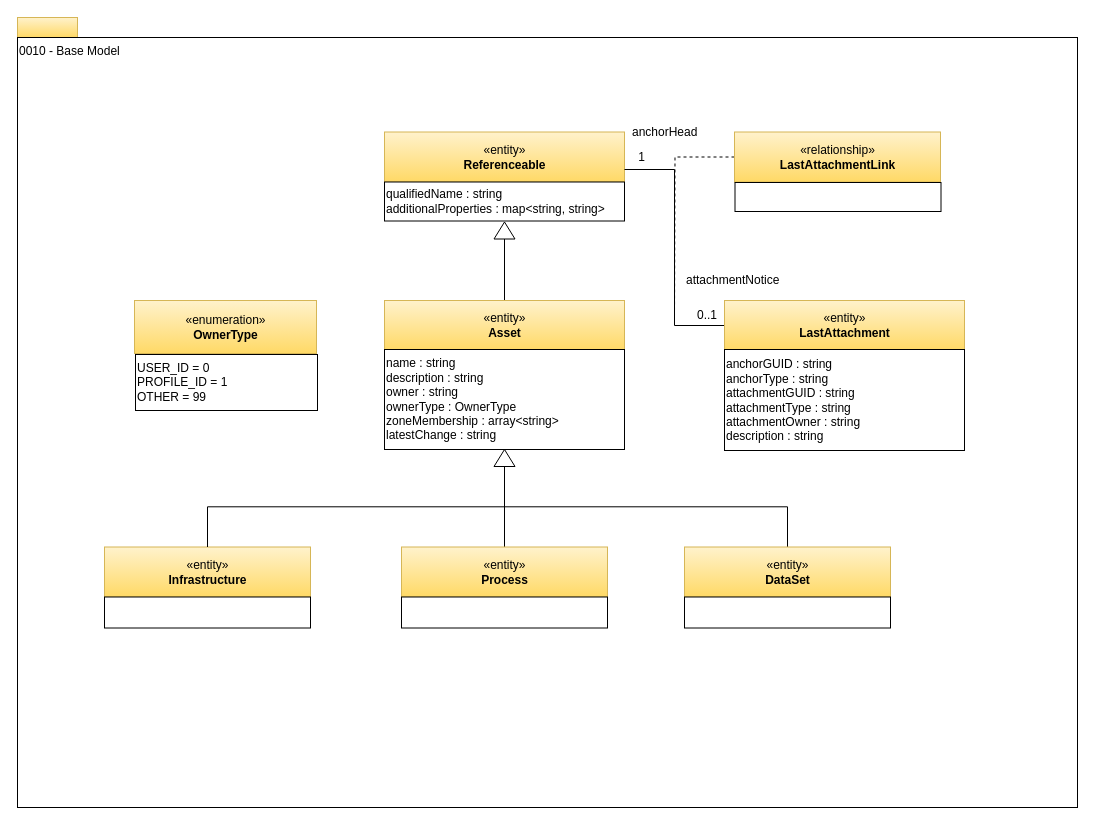
The draw.io diagram page "0010-Base-Model" (2 of 16) of open-metadata-publication/website/open-metadata-types/area-0-basic-types-and-infrastructure.drawio in planetf1/egeria, before the edit. Source tidied: cells renumbered, new cells numbered last; positions are measured from the earlier drawing's top-left corner, leaving out a move shared by most shapes. Both pictures are drawn from the tidied source at 100%, with x=0, y=0 at pixel (17, 17).
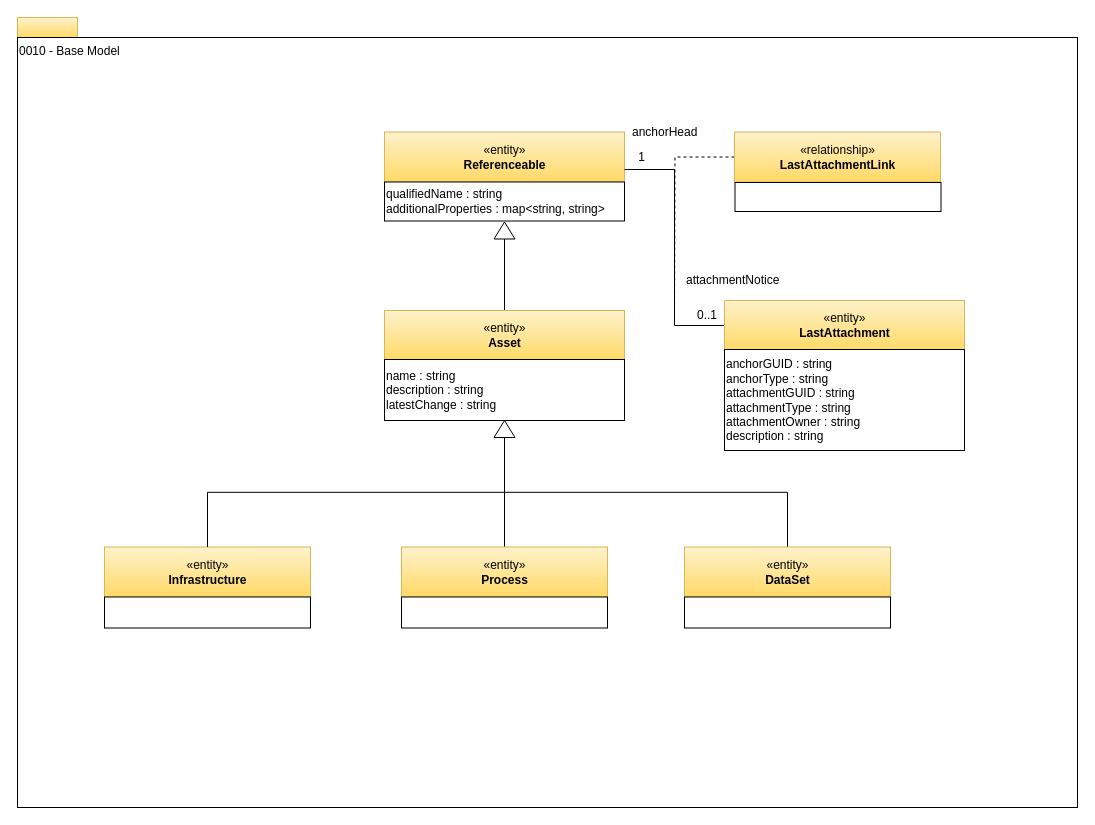
Above is the later version.

Change to the diagram source:
```diff
@@
     <mxCell id="11" value="«entity»&lt;br&gt;&lt;b&gt;Asset&lt;/b&gt;" style="html=1;strokeColor=#d6b656;align=center;fillColor=#fff2cc;gradientColor=#ffd966;" parent="1" vertex="1">
-      <mxGeometry x="367" y="283" width="240" height="50" as="geometry" />
+      <mxGeometry x="367" y="293" width="240" height="50" as="geometry" />
     </mxCell>
@@
     <mxCell id="15" style="triangle;whiteSpace=wrap;html=1;strokeColor=#000000;gradientColor=#ffffff;align=center;rotation=-90;" parent="1" vertex="1">
-      <mxGeometry x="478.5" y="430" width="17" height="21" as="geometry" />
+      <mxGeometry x="478.5" y="401" width="17" height="21" as="geometry" />
     </mxCell>
-    <mxCell id="16" value="name : string&lt;br&gt;description : string&lt;br&gt;owner : string&lt;br&gt;ownerType : OwnerType&lt;br&gt;zoneMembership : array&amp;lt;string&amp;gt;&lt;br&gt;latestChange : string&lt;br&gt;&lt;div style=&quot;text-align: left&quot;&gt;&lt;/div&gt;" style="rounded=0;whiteSpace=wrap;html=1;strokeColor=#000000;gradientColor=#ffffff;align=left;" parent="1" vertex="1">
-      <mxGeometry x="367" y="332" width="240" height="100" as="geometry" />
+    <mxCell id="16" value="name : string&lt;br&gt;description : string&lt;br&gt;latestChange : string&lt;br&gt;&lt;div style=&quot;text-align: left&quot;&gt;&lt;/div&gt;" style="rounded=0;whiteSpace=wrap;html=1;strokeColor=#000000;gradientColor=#ffffff;align=left;" parent="1" vertex="1">
+      <mxGeometry x="367" y="342" width="240" height="61" as="geometry" />
     </mxCell>
@@
-    <mxCell id="21" value="«enumeration»&lt;br&gt;&lt;b&gt;OwnerType&lt;/b&gt;" style="html=1;strokeColor=#d6b656;align=center;fillColor=#fff2cc;gradientColor=#ffd966;" parent="1" vertex="1">
-      <mxGeometry x="117" y="283" width="182" height="53" as="geometry" />
-    </mxCell>
-    <mxCell id="22" value="USER_ID = 0&lt;br&gt;PROFILE_ID = 1&lt;br&gt;OTHER = 99&lt;br&gt;" style="rounded=0;whiteSpace=wrap;html=1;strokeColor=#000000;gradientColor=#ffffff;align=left;" parent="1" vertex="1">
-      <mxGeometry x="118" y="337" width="182" height="56" as="geometry" />
-    </mxCell>
```
